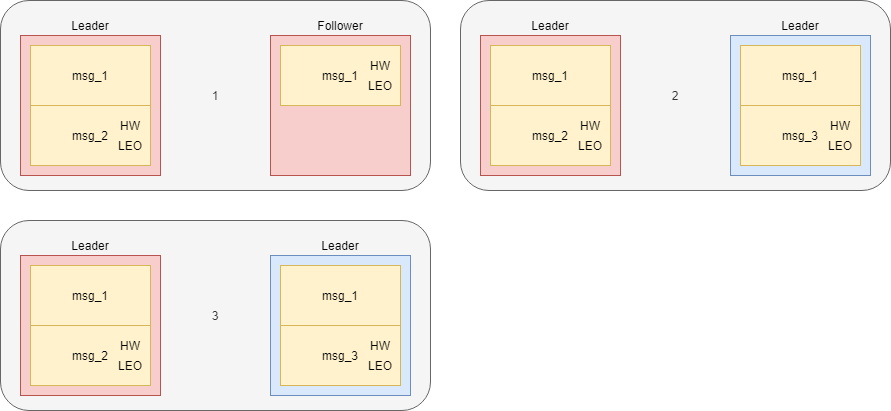
This is img/Kafka-HA-error04.png from antonyw/coding-thinking, a draw.io export, as it was before one commit. Source tidied: cells renumbered, new cells last; positions are measured from the earlier drawing's top-left corner, leaving out a move shared by most shapes.
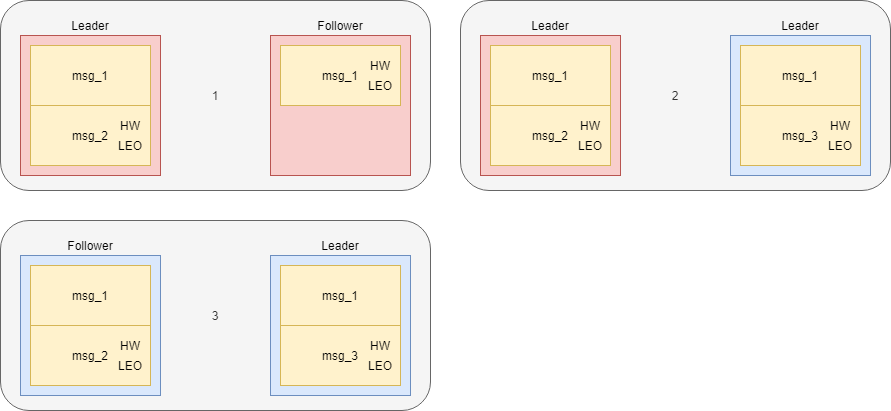
Above is the later version.

Change to the diagram source:
```diff
@@ -83,7 +83,7 @@
     <mxCell id="28" style="rounded=0;whiteSpace=wrap;html=1;fillColor=#dae8fc;strokeColor=#6c8ebf;" parent="1" vertex="1">
       <mxGeometry x="270" y="255" width="140" height="140" as="geometry" />
     </mxCell>
-    <mxCell id="29" style="rounded=0;whiteSpace=wrap;html=1;fillColor=#f8cecc;strokeColor=#b85450;" parent="1" vertex="1">
+    <mxCell id="29" style="rounded=0;whiteSpace=wrap;html=1;fillColor=#dae8fc;strokeColor=#6c8ebf;" parent="1" vertex="1">
       <mxGeometry x="20" y="255" width="140" height="140" as="geometry" />
     </mxCell>
     <mxCell id="30" value="msg_1" style="rounded=0;whiteSpace=wrap;html=1;fillColor=#fff2cc;strokeColor=#d6b656;" parent="1" vertex="1">
@@ -110,7 +110,7 @@
     <mxCell id="37" value="LEO" style="text;html=1;strokeColor=none;fillColor=none;align=center;verticalAlign=middle;whiteSpace=wrap;rounded=0;" parent="1" vertex="1">
       <mxGeometry x="360" y="355" width="40" height="20" as="geometry" />
     </mxCell>
-    <mxCell id="38" value="Leader" style="text;html=1;strokeColor=none;fillColor=none;align=center;verticalAlign=middle;whiteSpace=wrap;rounded=0;" parent="1" vertex="1">
+    <mxCell id="38" value="Follower" style="text;html=1;strokeColor=none;fillColor=none;align=center;verticalAlign=middle;whiteSpace=wrap;rounded=0;" parent="1" vertex="1">
       <mxGeometry x="55" y="235" width="70" height="20" as="geometry" />
     </mxCell>
     <mxCell id="39" value="HW" style="text;html=1;strokeColor=none;fillColor=none;align=center;verticalAlign=middle;whiteSpace=wrap;rounded=0;" parent="1" vertex="1">
```
